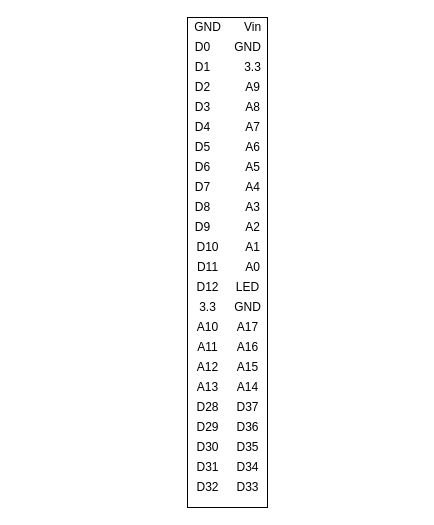
The draw.io diagram docs/work/teensy_used_pins.drawio in MArndt26/PNG_Datalogger, before the edit. Source tidied: cells renumbered, new cells numbered last; positions are measured from the earlier drawing's top-left corner, leaving out a move shared by most shapes. Both pictures are drawn from the tidied source at 100%, with x=0, y=0 at pixel (187, 17).
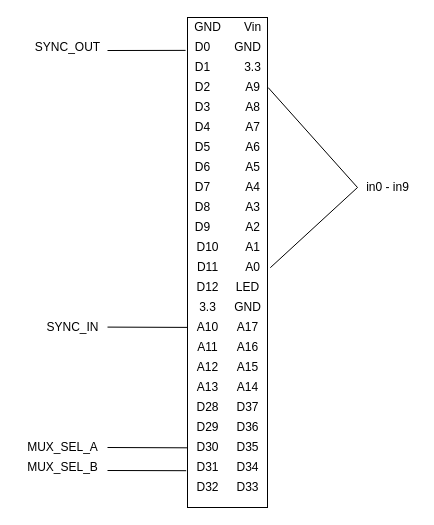
Above is the later version.

Commit message (it also covers changes not shown here):
before changing buffers for sync

The change refers to these unchanged cells:
```xml
<mxCell id="6" value="A9" style="text;html=1;align=center;verticalAlign=middle;points=[];" parent="1" vertex="1">
  <mxGeometry x="50" y="60" width="30" height="20" as="geometry" />
</mxCell>
<mxCell id="15" value="A0" style="text;html=1;align=center;verticalAlign=middle;points=[];" parent="1" vertex="1">
  <mxGeometry x="50" y="240" width="30" height="20" as="geometry" />
</mxCell>
<mxCell id="28" value="D31" style="text;html=1;align=center;verticalAlign=middle;points=[];" parent="1" vertex="1">
  <mxGeometry y="440" width="40" height="20" as="geometry" />
</mxCell>
<mxCell id="29" value="D30" style="text;html=1;align=center;verticalAlign=middle;points=[];" parent="1" vertex="1">
  <mxGeometry y="420" width="40" height="20" as="geometry" />
</mxCell>
<mxCell id="49" value="D0" style="text;html=1;align=center;verticalAlign=middle;points=[];" parent="1" vertex="1">
  <mxGeometry y="20" width="30" height="20" as="geometry" />
</mxCell>
```

Diff of the diagram source:
```diff
@@
+    <mxCell id="51" style="endArrow=none;html=1;exitX=1.021;exitY=0.502;exitDx=0;exitDy=0;exitPerimeter=0;" parent="1" edge="1" source="6">
+      <mxGeometry relative="1" as="geometry">
+        <mxPoint x="170" y="170" as="targetPoint" />
+      </mxGeometry>
+    </mxCell>
+    <mxCell id="52" value="in0 - in9" style="text;html=1;align=center;verticalAlign=middle;" parent="1" vertex="1">
+      <mxGeometry x="170" y="160" width="60" height="20" as="geometry" />
+    </mxCell>
+    <mxCell id="53" style="endArrow=none;html=1;exitX=1.094;exitY=0.509;exitDx=0;exitDy=0;exitPerimeter=0;" parent="1" edge="1" source="15">
+      <mxGeometry relative="1" as="geometry">
+        <mxPoint x="170" y="170" as="targetPoint" />
+      </mxGeometry>
+    </mxCell>
+    <mxCell id="54" style="endArrow=none;html=1;entryX=-0.012;entryY=0.516;entryDx=0;entryDy=0;entryPerimeter=0;" parent="1" edge="1" target="29">
+      <mxGeometry relative="1" as="geometry">
+        <mxPoint x="-80" y="430" as="sourcePoint" />
+      </mxGeometry>
+    </mxCell>
+    <mxCell id="55" style="endArrow=none;html=1;entryX=-0.033;entryY=0.66;entryDx=0;entryDy=0;entryPerimeter=0;" parent="1" edge="1" target="28">
+      <mxGeometry relative="1" as="geometry">
+        <mxPoint x="-80" y="453" as="sourcePoint" />
+      </mxGeometry>
+    </mxCell>
+    <mxCell id="56" value="MUX_SEL_A" style="text;html=1;align=center;verticalAlign=middle;" parent="1" vertex="1">
+      <mxGeometry x="-170" y="420" width="90" height="20" as="geometry" />
+    </mxCell>
+    <mxCell id="57" value="MUX_SEL_B" style="text;html=1;align=center;verticalAlign=middle;" parent="1" vertex="1">
+      <mxGeometry x="-170" y="440" width="90" height="20" as="geometry" />
+    </mxCell>
+    <mxCell id="58" style="endArrow=none;html=1;entryX=-0.064;entryY=0.644;entryDx=0;entryDy=0;entryPerimeter=0;" parent="1" edge="1" target="49">
+      <mxGeometry relative="1" as="geometry">
+        <mxPoint x="-80" y="33" as="sourcePoint" />
+      </mxGeometry>
+    </mxCell>
+    <mxCell id="59" value="SYNC_OUT" style="text;html=1;align=center;verticalAlign=middle;" parent="1" vertex="1">
+      <mxGeometry x="-160" y="20" width="80" height="20" as="geometry" />
+    </mxCell>
+    <mxCell id="60" style="endArrow=none;html=1;entryX=-0.012;entryY=0.516;entryDx=0;entryDy=0;entryPerimeter=0;" parent="1" edge="1">
+      <mxGeometry relative="1" as="geometry">
+        <mxPoint x="-80" y="309.6" as="sourcePoint" />
+        <mxPoint x="-0.5" y="309.9" as="targetPoint" />
+      </mxGeometry>
+    </mxCell>
+    <mxCell id="61" value="SYNC_IN" style="text;html=1;align=center;verticalAlign=middle;" parent="1" vertex="1">
+      <mxGeometry x="-150" y="300" width="70" height="20" as="geometry" />
+    </mxCell>
```
